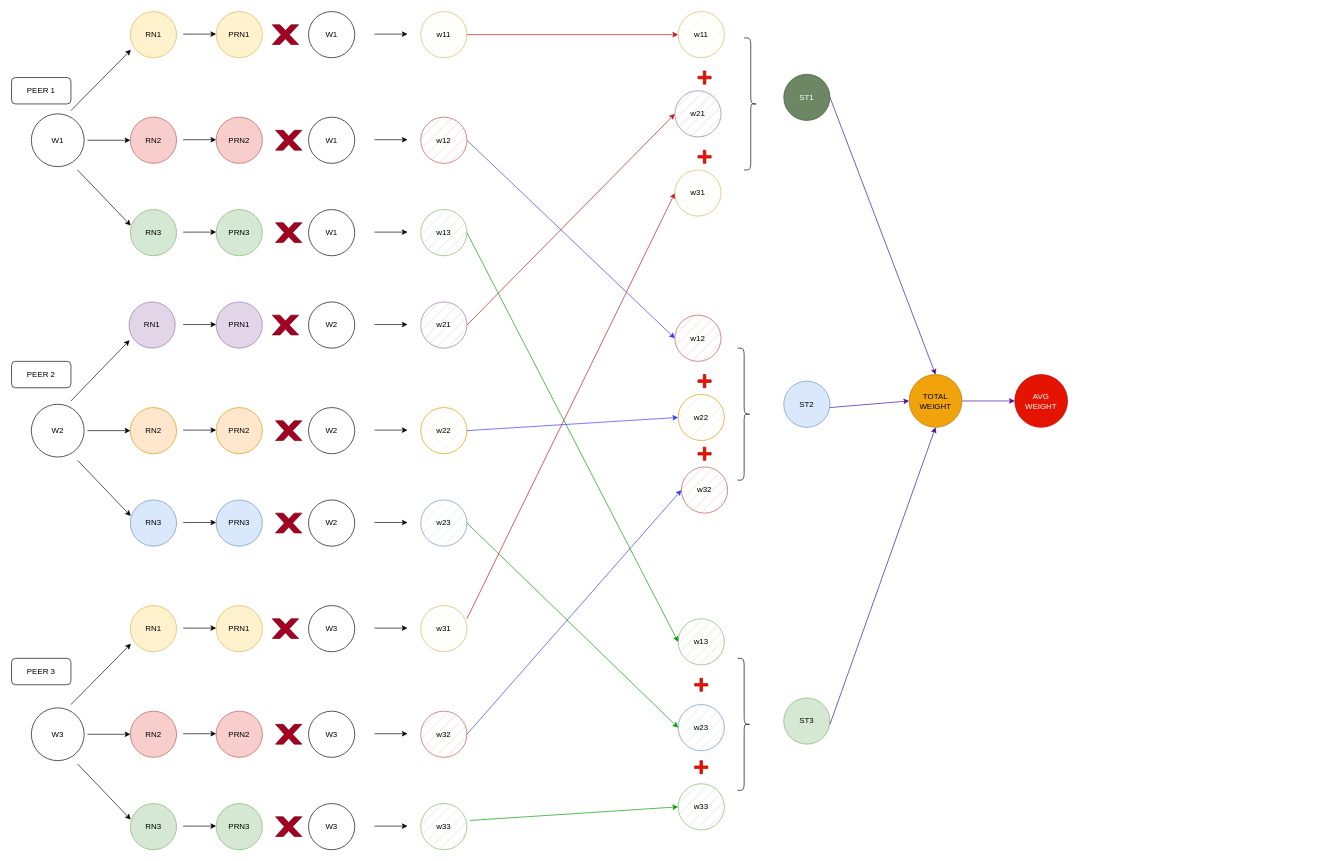
Above: page "Page-1" (1 of 2) of Untitled Diagram.drawio in kavikushi0207/FYP-ML-model-trainings (draw.io), before the change. Source tidied: cells renumbered, new cells numbered last; positions are measured from the earlier drawing's top-left corner, leaving out a move shared by most shapes. Both pictures are drawn from the tidied source at 66%, with x=0, y=0 at pixel (11, 11).
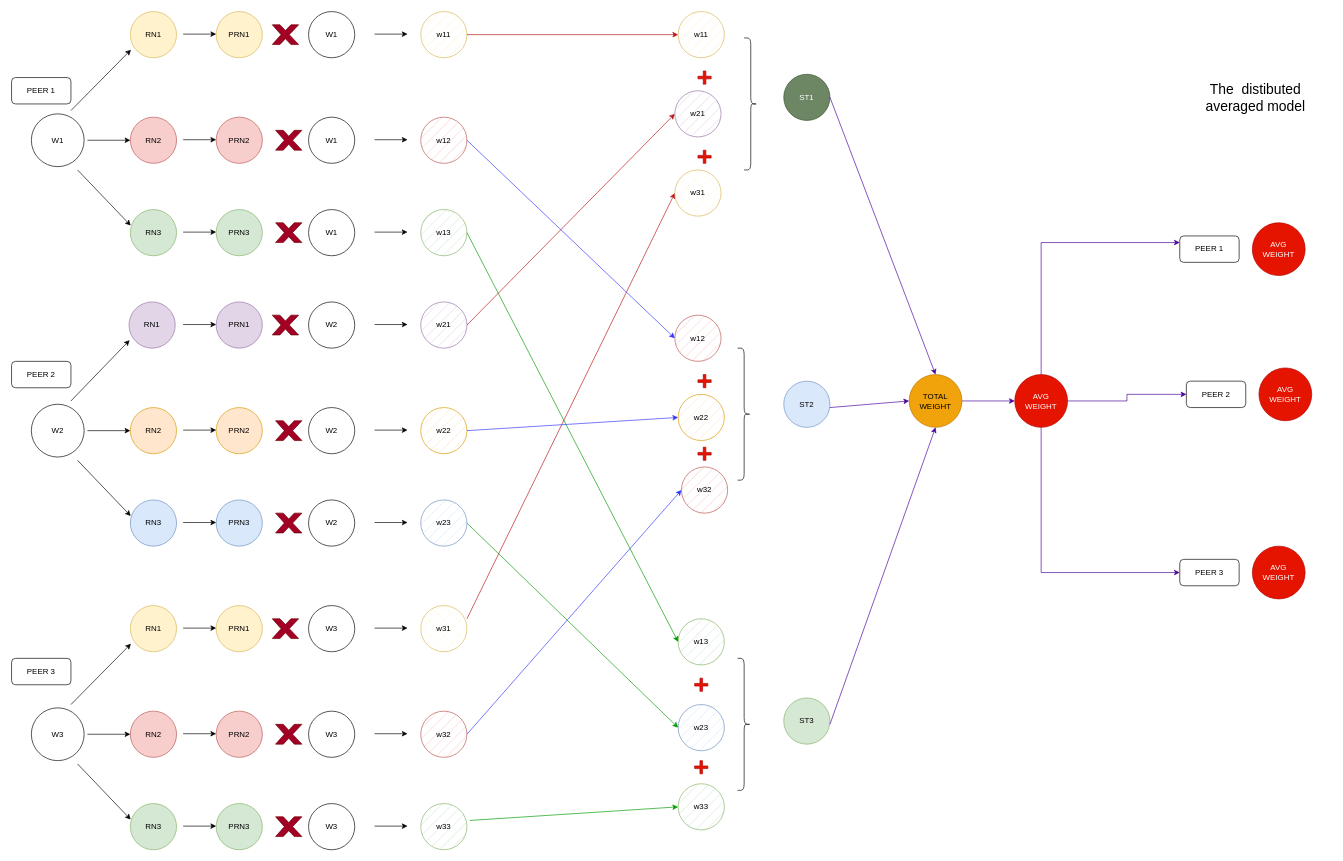
The same diagram, later.

Unchanged cells that the change refers to:
```xml
<mxCell id="109" value="AVG &lt;br&gt;WEIGHT" style="ellipse;whiteSpace=wrap;html=1;fillColor=#e51400;fontColor=#ffffff;strokeColor=#B20000;" parent="1" vertex="1">
  <mxGeometry x="1520" y="550" width="80" height="80" as="geometry" />
</mxCell>
```

Diff of the diagram source:
```diff
@@
+    <mxCell id="116" style="edgeStyle=orthogonalEdgeStyle;rounded=0;jettySize=auto;html=1;entryX=0;entryY=0.5;entryDx=0;entryDy=0;strokeColor=#450099;" parent="1" edge="1" source="109" target="119">
+      <mxGeometry relative="1" as="geometry" />
+    </mxCell>
+    <mxCell id="117" style="edgeStyle=orthogonalEdgeStyle;rounded=0;jettySize=auto;html=1;exitX=0.5;exitY=0;exitDx=0;exitDy=0;entryX=0;entryY=0.25;entryDx=0;entryDy=0;strokeColor=#450099;" parent="1" edge="1" source="109" target="118">
+      <mxGeometry relative="1" as="geometry" />
+    </mxCell>
@@
+    <mxCell id="118" value="PEER 1" style="rounded=1;whiteSpace=wrap;html=1;fillStyle=hatch;" parent="1" vertex="1">
+      <mxGeometry x="1770" y="340" width="90" height="40" as="geometry" />
+    </mxCell>
+    <mxCell id="119" value="PEER 2" style="rounded=1;whiteSpace=wrap;html=1;fillStyle=hatch;" parent="1" vertex="1">
+      <mxGeometry x="1780" y="560" width="90" height="40" as="geometry" />
+    </mxCell>
+    <mxCell id="120" value="PEER 3" style="rounded=1;whiteSpace=wrap;html=1;fillStyle=hatch;" parent="1" vertex="1">
+      <mxGeometry x="1770" y="830" width="90" height="40" as="geometry" />
+    </mxCell>
+    <mxCell id="121" style="edgeStyle=orthogonalEdgeStyle;rounded=0;jettySize=auto;html=1;strokeColor=#450099;entryX=0;entryY=0.5;entryDx=0;entryDy=0;exitX=0.5;exitY=1;exitDx=0;exitDy=0;" parent="1" edge="1" source="109" target="120">
+      <mxGeometry relative="1" as="geometry" />
+    </mxCell>
+    <mxCell id="122" value="AVG &lt;br&gt;WEIGHT" style="ellipse;whiteSpace=wrap;html=1;fillColor=#e51400;fontColor=#ffffff;strokeColor=#B20000;" parent="1" vertex="1">
+      <mxGeometry x="1880" y="320" width="80" height="80" as="geometry" />
+    </mxCell>
+    <mxCell id="123" value="AVG &lt;br&gt;WEIGHT" style="ellipse;whiteSpace=wrap;html=1;fillColor=#e51400;fontColor=#ffffff;strokeColor=#B20000;" parent="1" vertex="1">
+      <mxGeometry x="1890" y="540" width="80" height="80" as="geometry" />
+    </mxCell>
+    <mxCell id="124" value="AVG &lt;br&gt;WEIGHT" style="ellipse;whiteSpace=wrap;html=1;fillColor=#e51400;fontColor=#ffffff;strokeColor=#B20000;" parent="1" vertex="1">
+      <mxGeometry x="1880" y="810" width="80" height="80" as="geometry" />
+    </mxCell>
+    <mxCell id="125" value="&lt;font style=&quot;font-size: 21px;&quot;&gt;The&amp;nbsp; distibuted averaged model&lt;/font&gt;" style="text;html=1;strokeColor=none;fillColor=none;align=center;verticalAlign=middle;whiteSpace=wrap;rounded=0;" parent="1" vertex="1">
+      <mxGeometry x="1770" y="115" width="230" height="30" as="geometry" />
+    </mxCell>
```
